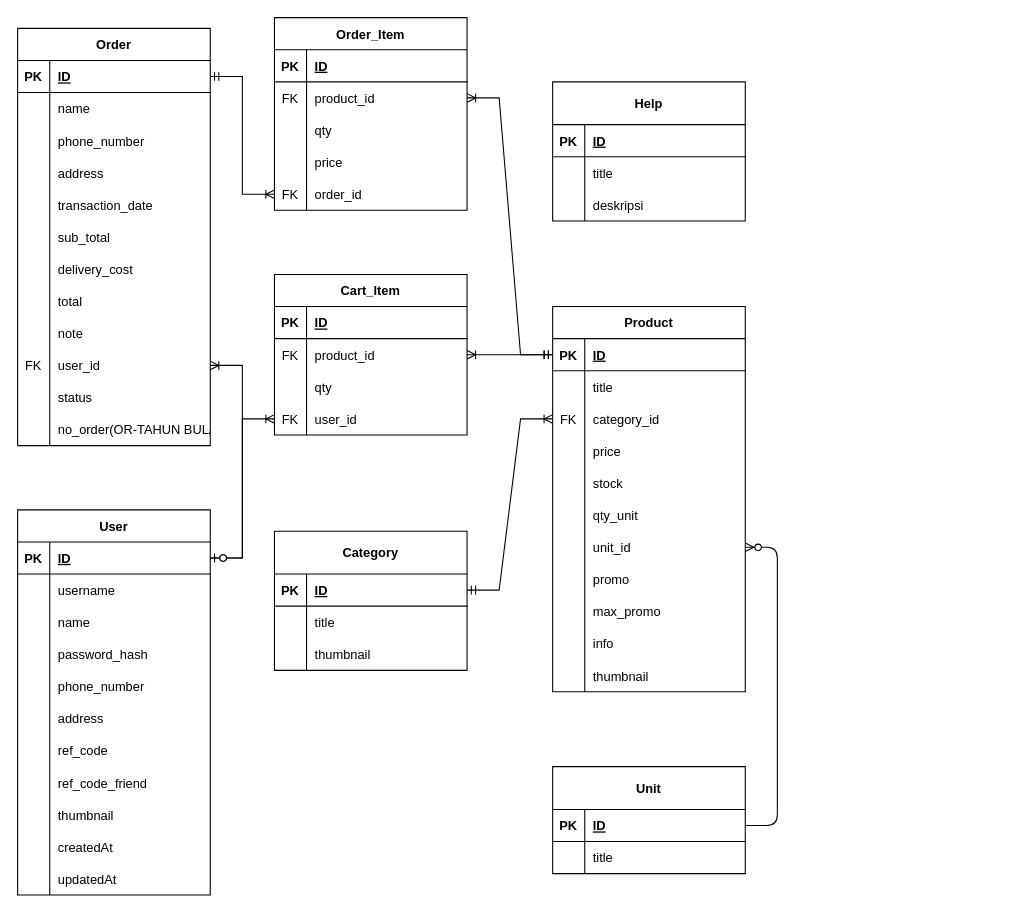
Before: docs/db.drawio in sngbd/dapurfresh, a draw.io diagram. Source tidied: cells renumbered, new cells numbered last; positions are measured from the earlier drawing's top-left corner, leaving out a move shared by most shapes. Both pictures are drawn from the tidied source at 107%, with x=0, y=0 at pixel (17, 17).
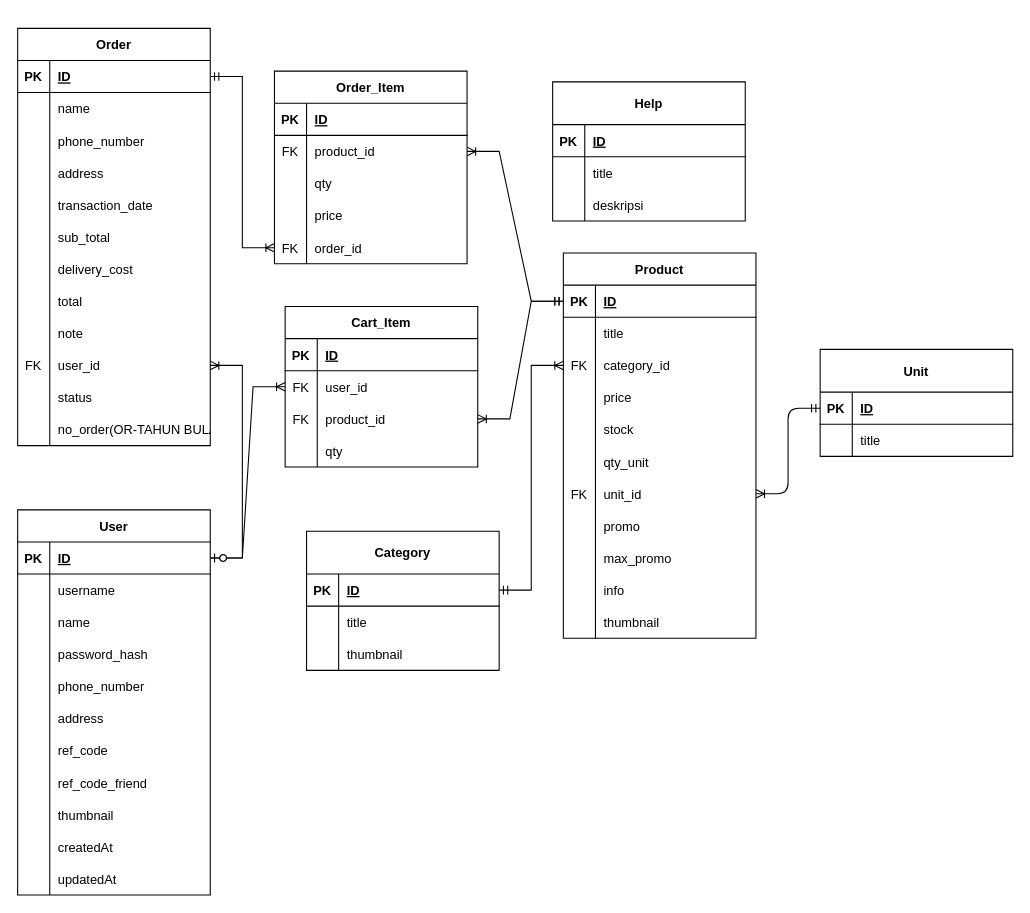
Above is the later version.

Commit message (it also covers changes not shown here):
docs: update postman and erd

The change refers to these unchanged cells:
```xml
<mxCell id="68" style="shape=tableRow;horizontal=0;startSize=0;swimlaneHead=0;swimlaneBody=0;fillColor=none;points=[[0,0.5],[1,0.5]];portConstraint=eastwest;top=0;left=0;right=0;bottom=0;shadow=0;swimlaneLine=1;" parent="49" vertex="1">
  <mxGeometry y="210" width="180" height="30" as="geometry" />
</mxCell>
<mxCell id="163" style="shape=tableRow;horizontal=0;startSize=0;swimlaneHead=0;swimlaneBody=0;fillColor=none;points=[[0,0.5],[1,0.5]];portConstraint=eastwest;top=0;left=0;right=0;bottom=1;shadow=0;swimlaneLine=1;" parent="162" vertex="1">
  <mxGeometry y="40" width="180" height="30" as="geometry" />
</mxCell>
```

The edit, as a diff of the source:
```diff
@@
     <mxCell id="2" value="Cart_Item" style="shape=table;startSize=30;childLayout=tableLayout;rowLines=0;fontStyle=1;align=center;shadow=0;swimlaneLine=1;" parent="1" vertex="1">
-      <mxGeometry x="240" y="240" width="180" height="150" as="geometry" />
+      <mxGeometry x="250" y="270" width="180" height="150" as="geometry" />
     </mxCell>
@@
+    <mxCell id="12" style="shape=tableRow;horizontal=0;startSize=0;swimlaneHead=0;swimlaneBody=0;fillColor=none;points=[[0,0.5],[1,0.5]];portConstraint=eastwest;top=0;left=0;right=0;bottom=0;shadow=0;swimlaneLine=1;" parent="2" vertex="1">
+      <mxGeometry y="60" width="180" height="30" as="geometry" />
+    </mxCell>
+    <mxCell id="13" value="FK" style="shape=partialRectangle;fillColor=none;top=0;left=0;bottom=0;right=0;overflow=hidden;shadow=0;swimlaneLine=1;" parent="12" vertex="1">
+      <mxGeometry width="30" height="30" as="geometry" />
+    </mxCell>
+    <mxCell id="14" value="user_id" style="shape=partialRectangle;fillColor=none;top=0;left=0;bottom=0;right=0;align=left;spacingLeft=6;overflow=hidden;shadow=0;swimlaneLine=1;" parent="12" vertex="1">
+      <mxGeometry x="30" width="150" height="30" as="geometry" />
+    </mxCell>
     <mxCell id="6" style="shape=tableRow;horizontal=0;startSize=0;swimlaneHead=0;swimlaneBody=0;fillColor=none;points=[[0,0.5],[1,0.5]];portConstraint=eastwest;top=0;left=0;right=0;bottom=0;shadow=0;swimlaneLine=1;" parent="2" vertex="1">
-      <mxGeometry y="60" width="180" height="30" as="geometry" />
+      <mxGeometry y="90" width="180" height="30" as="geometry" />
     </mxCell>
@@
     <mxCell id="9" style="shape=tableRow;horizontal=0;startSize=0;swimlaneHead=0;swimlaneBody=0;fillColor=none;top=0;left=0;right=0;bottom=0;shadow=0;swimlaneLine=1;" parent="2" vertex="1">
-      <mxGeometry y="90" width="180" height="30" as="geometry" />
+      <mxGeometry y="120" width="180" height="30" as="geometry" />
     </mxCell>
@@
-    <mxCell id="12" style="shape=tableRow;horizontal=0;startSize=0;swimlaneHead=0;swimlaneBody=0;fillColor=none;points=[[0,0.5],[1,0.5]];portConstraint=eastwest;top=0;left=0;right=0;bottom=0;shadow=0;swimlaneLine=1;" parent="2" vertex="1">
-      <mxGeometry y="120" width="180" height="30" as="geometry" />
-    </mxCell>
-    <mxCell id="13" value="FK" style="shape=partialRectangle;fillColor=none;top=0;left=0;bottom=0;right=0;overflow=hidden;shadow=0;swimlaneLine=1;" parent="12" vertex="1">
-      <mxGeometry width="30" height="30" as="geometry" />
-    </mxCell>
-    <mxCell id="14" value="user_id" style="shape=partialRectangle;fillColor=none;top=0;left=0;bottom=0;right=0;align=left;spacingLeft=6;overflow=hidden;shadow=0;swimlaneLine=1;" parent="12" vertex="1">
-      <mxGeometry x="30" width="150" height="30" as="geometry" />
-    </mxCell>
@@
     <mxCell id="49" value="Product" style="shape=table;startSize=30;childLayout=tableLayout;rowLines=0;fontStyle=1;align=center;shadow=0;swimlaneLine=1;" parent="1" vertex="1">
-      <mxGeometry x="500" y="270" width="180" height="360" as="geometry" />
+      <mxGeometry x="510" y="220" width="180" height="360" as="geometry" />
     </mxCell>
@@
-    <mxCell id="69" style="shape=partialRectangle;fillColor=none;top=0;left=0;bottom=0;right=0;overflow=hidden;shadow=0;swimlaneLine=1;" parent="68" vertex="1">
+    <mxCell id="69" value="FK" style="shape=partialRectangle;fillColor=none;top=0;left=0;bottom=0;right=0;overflow=hidden;shadow=0;swimlaneLine=1;" parent="68" vertex="1">
       <mxGeometry width="30" height="30" as="geometry" />
     </mxCell>
@@
     <mxCell id="83" value="Category" style="shape=table;startSize=40;childLayout=tableLayout;rowLines=0;fontStyle=1;align=center;shadow=0;swimlaneLine=1;" parent="1" vertex="1">
-      <mxGeometry x="240" y="480" width="180" height="130" as="geometry" />
+      <mxGeometry x="270" y="480" width="180" height="130" as="geometry" />
     </mxCell>
@@
     <mxCell id="133" value="Order_Item" style="shape=table;startSize=30;childLayout=tableLayout;rowLines=0;fontStyle=1;align=center;shadow=0;swimlaneLine=1;" parent="1" vertex="1">
-      <mxGeometry x="240" width="180" height="180" as="geometry" />
+      <mxGeometry x="240" y="50" width="180" height="180" as="geometry" />
     </mxCell>
@@
     <mxCell id="162" value="Unit" style="shape=table;startSize=40;childLayout=tableLayout;rowLines=0;fontStyle=1;align=center;shadow=0;swimlaneLine=1;" parent="1" vertex="1">
-      <mxGeometry x="500" y="700" width="180" height="100" as="geometry" />
+      <mxGeometry x="750" y="310" width="180" height="100" as="geometry" />
     </mxCell>
@@
-    <mxCell id="169" style="edgeStyle=entityRelationEdgeStyle;fontSize=12;html=1;endArrow=ERzeroToMany;endFill=1;entryX=1;entryY=0.5;entryDx=0;entryDy=0;exitX=1;exitY=0.5;exitDx=0;exitDy=0;" parent="1" edge="1" source="163" target="68">
+    <mxCell id="169" style="edgeStyle=entityRelationEdgeStyle;fontSize=12;html=1;endArrow=ERoneToMany;startArrow=ERmandOne;entryX=1;entryY=0.5;entryDx=0;entryDy=0;exitX=0;exitY=0.5;exitDx=0;exitDy=0;" parent="1" edge="1" source="163" target="68">
       <mxGeometry relative="1" as="geometry" />
     </mxCell>
```
